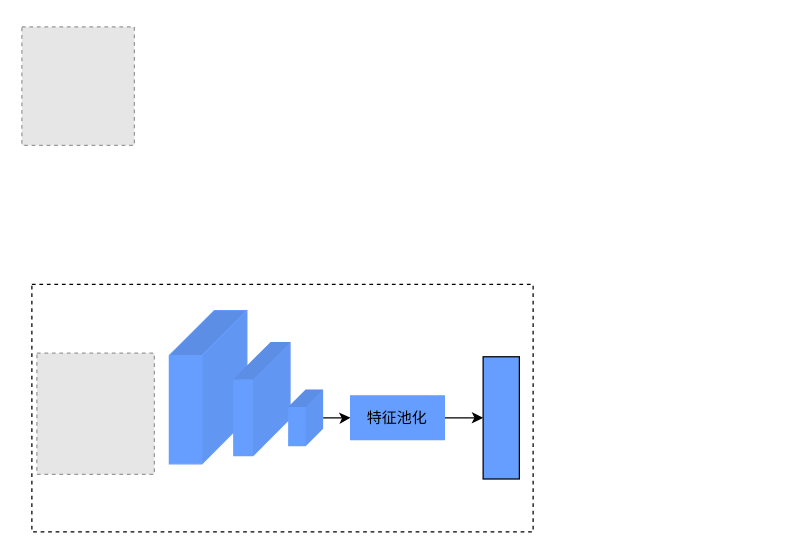
Before: 论文/W-TALC.drawio in zhou-ning/Diagrams, a draw.io diagram. Source tidied: cells renumbered, new cells numbered last; positions are measured from the earlier drawing's top-left corner, leaving out a move shared by most shapes. Both pictures are drawn from the tidied source at 125%, with x=0, y=0 at pixel (21, 26). Pictures stored in the file or linked from it are replaced by grey dashed boxes.
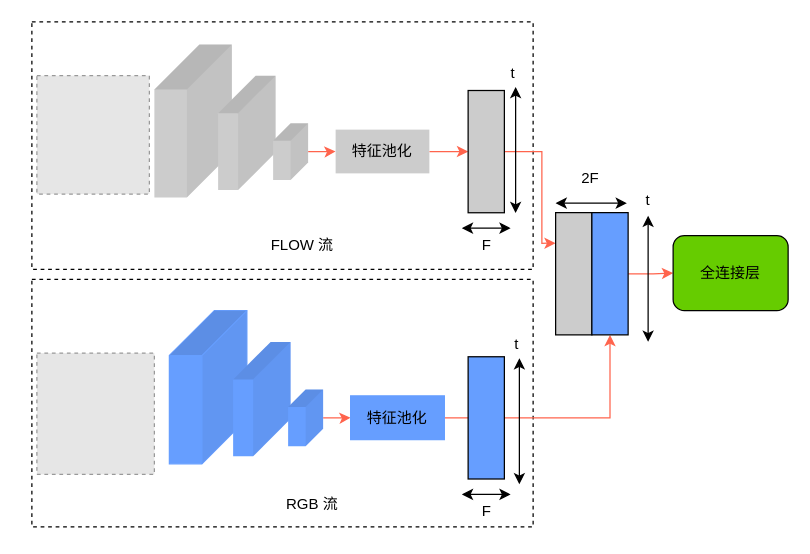
The same page after the edit.

The change refers to these unchanged cells:
```xml
<mxCell id="8" style="shape=cube;whiteSpace=wrap;html=1;boundedLbl=1;backgroundOutline=1;darkOpacity=0.05;darkOpacity2=0.1;shadow=0;size=14;direction=south;fillColor=#669EFF;strokeColor=none;" parent="1" vertex="1">
  <mxGeometry x="213" y="290" width="28" height="45.5" as="geometry" />
</mxCell>
<mxCell id="10" value="特征池化" style="rounded=0;whiteSpace=wrap;html=1;shadow=0;fillColor=#669EFF;strokeColor=#669EFF;" parent="1" vertex="1">
  <mxGeometry x="263" y="295.2" width="75" height="35" as="geometry" />
</mxCell>
```

The edit, as a diff of the source:
```diff
@@
+    <mxCell id="12" style="rounded=0;whiteSpace=wrap;html=1;shadow=0;dashed=1;" parent="1" vertex="1">
+      <mxGeometry x="8" y="-4" width="401" height="198" as="geometry" />
+    </mxCell>
     <mxCell id="2" style="rounded=0;whiteSpace=wrap;html=1;shadow=0;dashed=1;" parent="1" vertex="1">
-      <mxGeometry x="8" y="206" width="401" height="198" as="geometry" />
+      <mxGeometry x="8" y="202" width="401" height="198" as="geometry" />
     </mxCell>
@@
     <mxCell id="4" style="fillColor=#E6E6E6;strokeColor=#999999;dashed=1;verticalLabelPosition=bottom;labelBackgroundColor=#ffffff;verticalAlign=top;" parent="1" vertex="1">
-      <mxGeometry width="90" height="94.8" as="geometry" />
+      <mxGeometry x="12" y="39" width="90" height="94.8" as="geometry" />
     </mxCell>
@@
-    <mxCell id="7" style="edgeStyle=orthogonalEdgeStyle;rounded=0;jettySize=auto;html=1;entryX=0;entryY=0.5;entryDx=0;entryDy=0;" parent="1" edge="1" source="8" target="10">
+    <mxCell id="7" style="edgeStyle=orthogonalEdgeStyle;rounded=0;jettySize=auto;html=1;entryX=0;entryY=0.5;entryDx=0;entryDy=0;strokeColor=#FF644D;" parent="1" edge="1" source="8" target="10">
       <mxGeometry relative="1" as="geometry" />
     </mxCell>
@@
-    <mxCell id="9" style="edgeStyle=orthogonalEdgeStyle;rounded=0;jettySize=auto;html=1;entryX=0.5;entryY=1;entryDx=0;entryDy=0;" parent="1" edge="1" source="10" target="11">
+    <mxCell id="9" style="edgeStyle=orthogonalEdgeStyle;rounded=0;jettySize=auto;html=1;entryX=0.5;entryY=1;entryDx=0;entryDy=0;strokeColor=#FF644D;" parent="1" edge="1" source="10" target="11">
       <mxGeometry relative="1" as="geometry" />
     </mxCell>
@@
+    <mxCell id="13" style="edgeStyle=orthogonalEdgeStyle;rounded=0;jettySize=auto;html=1;entryX=1;entryY=0.5;entryDx=0;entryDy=0;strokeColor=#FF644D;" parent="1" edge="1" source="11" target="24">
+      <mxGeometry relative="1" as="geometry" />
+    </mxCell>
     <mxCell id="11" style="rounded=0;whiteSpace=wrap;html=1;shadow=0;fillColor=#669EFF;direction=south;" parent="1" vertex="1">
-      <mxGeometry x="369" y="263.9" width="29" height="97.8" as="geometry" />
+      <mxGeometry x="357" y="263.9" width="29" height="97.8" as="geometry" />
     </mxCell>
+    <mxCell id="14" style="shape=cube;whiteSpace=wrap;html=1;boundedLbl=1;backgroundOutline=1;darkOpacity=0.05;darkOpacity2=0.1;shadow=0;size=36;direction=south;strokeColor=none;fillColor=#CCCCCC;" parent="1" vertex="1">
+      <mxGeometry x="106" y="14" width="62" height="122.5" as="geometry" />
+    </mxCell>
+    <mxCell id="15" style="shape=cube;whiteSpace=wrap;html=1;boundedLbl=1;backgroundOutline=1;darkOpacity=0.05;darkOpacity2=0.1;shadow=0;size=30;direction=south;strokeColor=none;fillColor=#CCCCCC;" parent="1" vertex="1">
+      <mxGeometry x="157" y="39" width="46" height="91.5" as="geometry" />
+    </mxCell>
+    <mxCell id="16" style="edgeStyle=orthogonalEdgeStyle;rounded=0;jettySize=auto;html=1;entryX=0;entryY=0.5;entryDx=0;entryDy=0;strokeColor=#FF644D;" parent="1" edge="1" source="17" target="19">
+      <mxGeometry relative="1" as="geometry" />
+    </mxCell>
+    <mxCell id="17" style="shape=cube;whiteSpace=wrap;html=1;boundedLbl=1;backgroundOutline=1;darkOpacity=0.05;darkOpacity2=0.1;shadow=0;size=14;direction=south;strokeColor=none;fillColor=#CCCCCC;" parent="1" vertex="1">
+      <mxGeometry x="201" y="77" width="28" height="45.5" as="geometry" />
+    </mxCell>
+    <mxCell id="18" style="edgeStyle=orthogonalEdgeStyle;rounded=0;jettySize=auto;html=1;entryX=0.5;entryY=1;entryDx=0;entryDy=0;strokeColor=#FF644D;" parent="1" edge="1" source="19" target="21">
+      <mxGeometry relative="1" as="geometry" />
+    </mxCell>
+    <mxCell id="19" value="特征池化" style="rounded=0;whiteSpace=wrap;html=1;shadow=0;strokeColor=none;fillColor=#CCCCCC;" parent="1" vertex="1">
+      <mxGeometry x="251" y="82.2" width="75" height="35" as="geometry" />
+    </mxCell>
+    <mxCell id="20" style="edgeStyle=orthogonalEdgeStyle;rounded=0;jettySize=auto;html=1;entryX=0.25;entryY=1;entryDx=0;entryDy=0;strokeColor=#FF644D;" parent="1" edge="1" source="21" target="22">
+      <mxGeometry relative="1" as="geometry">
+        <Array as="points">
+          <mxPoint x="416" y="100" />
+          <mxPoint x="416" y="173" />
+        </Array>
+      </mxGeometry>
+    </mxCell>
+    <mxCell id="21" style="rounded=0;whiteSpace=wrap;html=1;shadow=0;direction=south;fillColor=#CCCCCC;" parent="1" vertex="1">
+      <mxGeometry x="357" y="50.9" width="29" height="97.8" as="geometry" />
+    </mxCell>
+    <mxCell id="22" style="rounded=0;whiteSpace=wrap;html=1;shadow=0;direction=south;fillColor=#CCCCCC;" parent="1" vertex="1">
+      <mxGeometry x="427" y="148.6" width="29" height="97.8" as="geometry" />
+    </mxCell>
+    <mxCell id="23" style="edgeStyle=orthogonalEdgeStyle;rounded=0;jettySize=auto;html=1;strokeColor=#FF644D;" parent="1" edge="1" source="24" target="39">
+      <mxGeometry relative="1" as="geometry" />
+    </mxCell>
+    <mxCell id="24" style="rounded=0;whiteSpace=wrap;html=1;shadow=0;fillColor=#669EFF;direction=south;" parent="1" vertex="1">
+      <mxGeometry x="456" y="148.6" width="29" height="97.8" as="geometry" />
+    </mxCell>
+    <mxCell id="25" style="endArrow=classic;startArrow=classic;html=1;" parent="1" edge="1">
+      <mxGeometry relative="1" as="geometry">
+        <mxPoint x="352" y="374" as="sourcePoint" />
+        <mxPoint x="391" y="374" as="targetPoint" />
+      </mxGeometry>
+    </mxCell>
+    <mxCell id="26" value="F" style="text;html=1;strokeColor=none;fillColor=none;align=center;verticalAlign=middle;whiteSpace=wrap;rounded=0;shadow=0;" parent="1" vertex="1">
+      <mxGeometry x="351.5" y="378" width="40" height="20" as="geometry" />
+    </mxCell>
+    <mxCell id="27" style="endArrow=classic;startArrow=classic;html=1;" parent="1" edge="1">
+      <mxGeometry relative="1" as="geometry">
+        <mxPoint x="352" y="161" as="sourcePoint" />
+        <mxPoint x="391" y="161" as="targetPoint" />
+      </mxGeometry>
+    </mxCell>
+    <mxCell id="28" value="F" style="text;html=1;strokeColor=none;fillColor=none;align=center;verticalAlign=middle;whiteSpace=wrap;rounded=0;shadow=0;" parent="1" vertex="1">
+      <mxGeometry x="351.5" y="165" width="40" height="20" as="geometry" />
+    </mxCell>
+    <mxCell id="29" style="endArrow=classic;startArrow=classic;html=1;" parent="1" edge="1">
+      <mxGeometry relative="1" as="geometry">
+        <mxPoint x="395" y="149" as="sourcePoint" />
+        <mxPoint x="395" y="48" as="targetPoint" />
+      </mxGeometry>
+    </mxCell>
+    <mxCell id="30" value="t" style="text;html=1;strokeColor=none;fillColor=none;align=center;verticalAlign=middle;whiteSpace=wrap;rounded=0;shadow=0;" parent="1" vertex="1">
+      <mxGeometry x="373" y="27" width="40" height="20" as="geometry" />
+    </mxCell>
+    <mxCell id="31" style="endArrow=classic;startArrow=classic;html=1;" parent="1" edge="1">
+      <mxGeometry relative="1" as="geometry">
+        <mxPoint x="398" y="366" as="sourcePoint" />
+        <mxPoint x="398" y="265" as="targetPoint" />
+      </mxGeometry>
+    </mxCell>
+    <mxCell id="32" value="t" style="text;html=1;strokeColor=none;fillColor=none;align=center;verticalAlign=middle;whiteSpace=wrap;rounded=0;shadow=0;" parent="1" vertex="1">
+      <mxGeometry x="376" y="244" width="40" height="20" as="geometry" />
+    </mxCell>
+    <mxCell id="33" style="endArrow=classic;startArrow=classic;html=1;" parent="1" edge="1">
+      <mxGeometry relative="1" as="geometry">
+        <mxPoint x="427" y="141" as="sourcePoint" />
+        <mxPoint x="484" y="141" as="targetPoint" />
+      </mxGeometry>
+    </mxCell>
+    <mxCell id="34" value="2F" style="text;html=1;strokeColor=none;fillColor=none;align=center;verticalAlign=middle;whiteSpace=wrap;rounded=0;shadow=0;" parent="1" vertex="1">
+      <mxGeometry x="435" y="110.5" width="40" height="20" as="geometry" />
+    </mxCell>
+    <mxCell id="35" style="endArrow=classic;startArrow=classic;html=1;" parent="1" edge="1">
+      <mxGeometry relative="1" as="geometry">
+        <mxPoint x="501" y="252" as="sourcePoint" />
+        <mxPoint x="501" y="151" as="targetPoint" />
+      </mxGeometry>
+    </mxCell>
+    <mxCell id="36" value="t" style="text;html=1;strokeColor=none;fillColor=none;align=center;verticalAlign=middle;whiteSpace=wrap;rounded=0;shadow=0;" parent="1" vertex="1">
+      <mxGeometry x="481" y="128.6" width="40" height="20" as="geometry" />
+    </mxCell>
+    <mxCell id="37" value="RGB 流" style="text;html=1;strokeColor=none;fillColor=none;align=center;verticalAlign=middle;whiteSpace=wrap;rounded=0;shadow=0;" parent="1" vertex="1">
+      <mxGeometry x="201" y="372" width="63" height="20" as="geometry" />
+    </mxCell>
+    <mxCell id="38" value="FLOW 流" style="text;html=1;strokeColor=none;fillColor=none;align=center;verticalAlign=middle;whiteSpace=wrap;rounded=0;shadow=0;" parent="1" vertex="1">
+      <mxGeometry x="193" y="165" width="63" height="20" as="geometry" />
+    </mxCell>
+    <mxCell id="39" value="全连接层" style="rounded=1;whiteSpace=wrap;html=1;shadow=0;strokeColor=#000000;fillColor=#66CC00;" parent="1" vertex="1">
+      <mxGeometry x="521" y="167" width="92" height="60" as="geometry" />
+    </mxCell>
```
